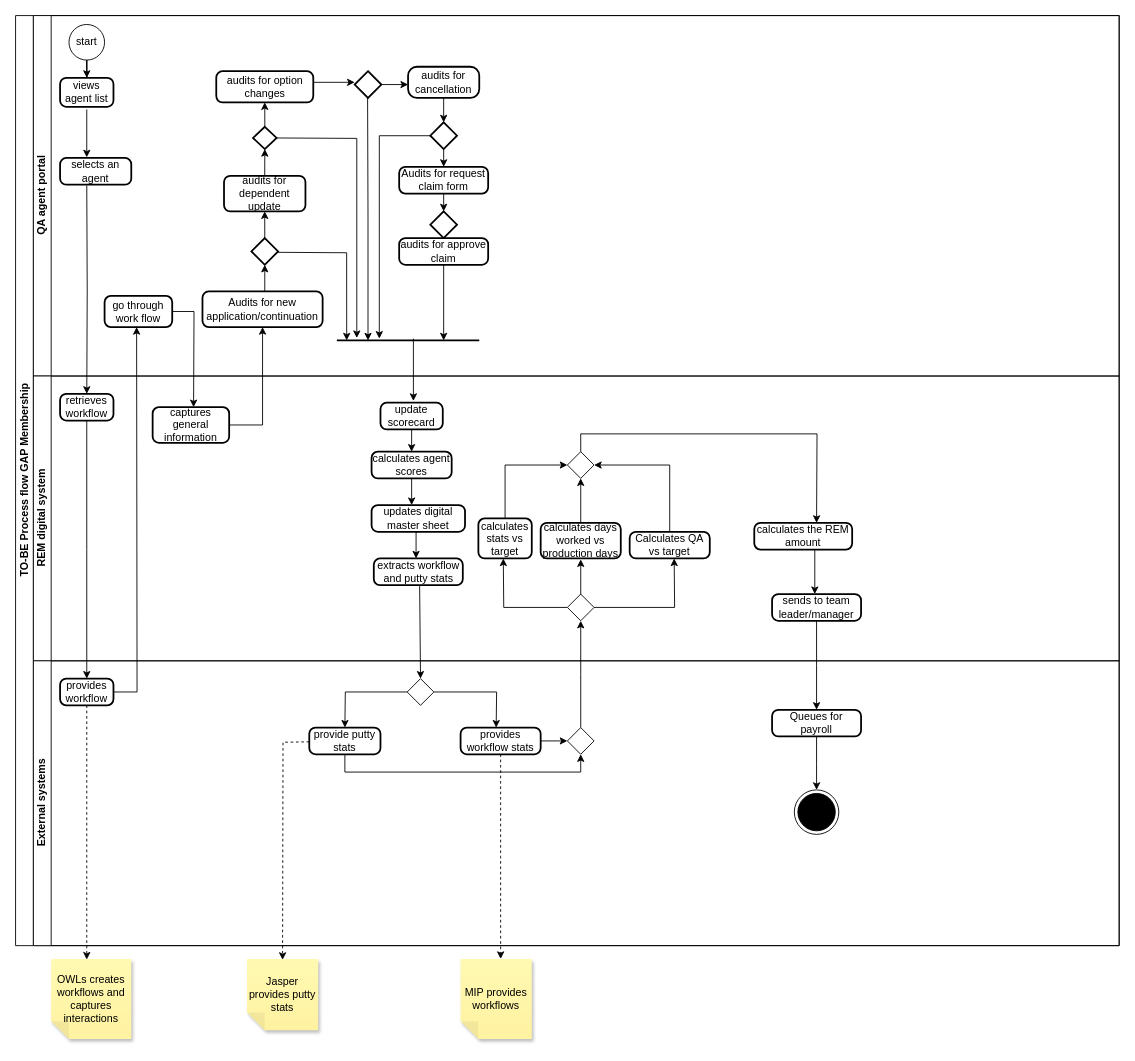
This is GAPmembership.drawio from TJ-Kwetsane1993/Thato, a draw.io file, before an edit. Source tidied: cells renumbered, new cells numbered last; positions are measured from the earlier drawing's top-left corner, leaving out a move shared by most shapes. Both pictures are drawn from the tidied source at 89%, with x=0, y=0 at pixel (15, 15).
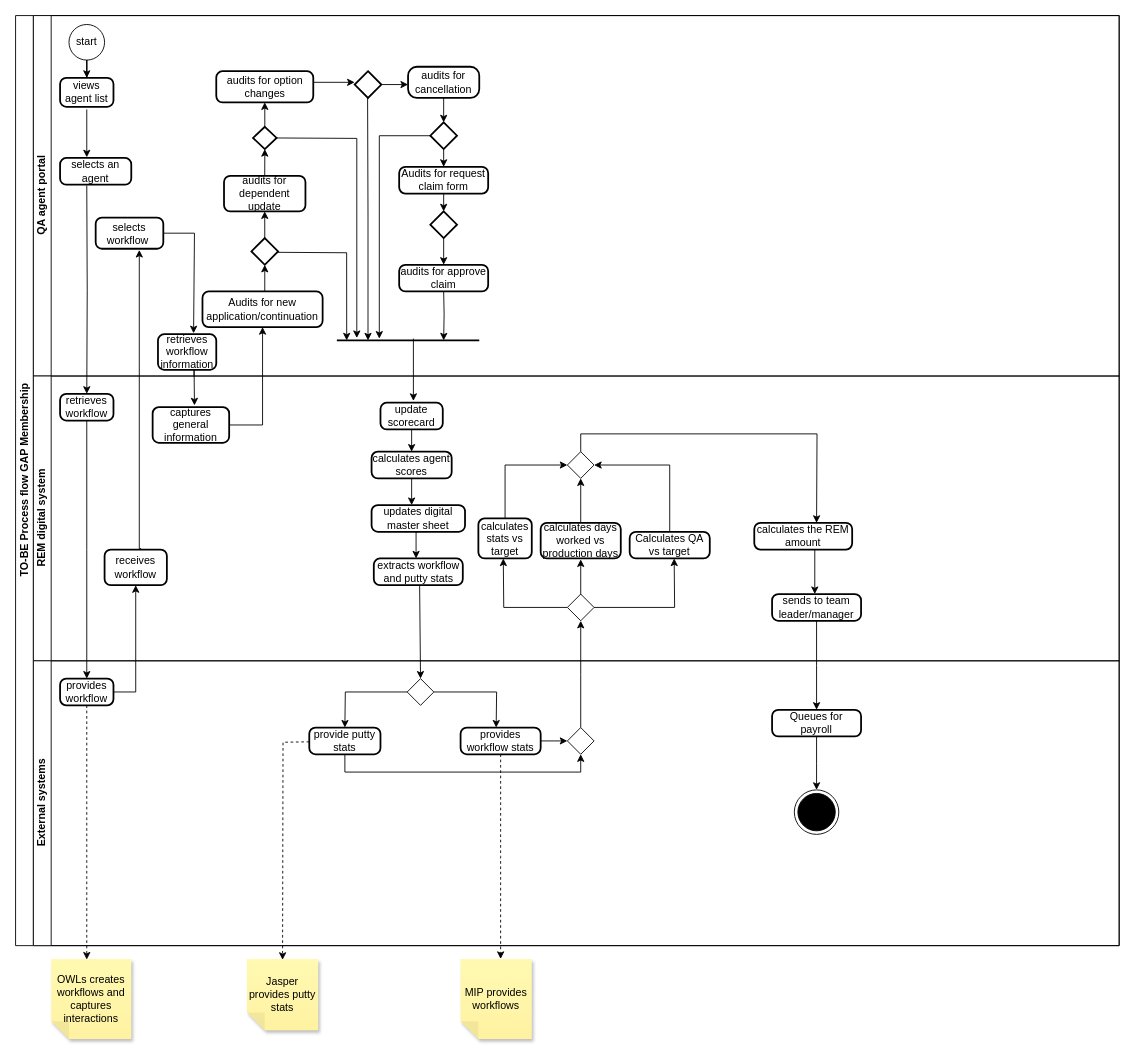
The same page after the edit.

Unchanged cells that the change refers to:
```xml
<mxCell id="2" value="TO-BE Process flow GAP Membership" style="swimlane;html=1;horizontal=0;startSize=20;" parent="1" vertex="1">
  <mxGeometry width="1240" height="1045" as="geometry" />
</mxCell>
<mxCell id="3" value="QA agent portal" style="swimlane;html=1;startSize=20;horizontal=0;" parent="2" vertex="1">
  <mxGeometry x="20" width="1220" height="405" as="geometry" />
</mxCell>
<mxCell id="33" style="line;strokeWidth=2;html=1;" parent="3" vertex="1">
  <mxGeometry x="341" y="360" width="160" height="10" as="geometry" />
</mxCell>
<mxCell id="35" style="strokeWidth=2;html=1;shape=mxgraph.flowchart.decision;whiteSpace=wrap;" parent="3" vertex="1">
  <mxGeometry x="446" y="220" width="30" height="30" as="geometry" />
</mxCell>
<mxCell id="68" value="provides workflow" style="rounded=1;whiteSpace=wrap;html=1;absoluteArcSize=1;arcSize=14;strokeWidth=2;" parent="66" vertex="1">
  <mxGeometry x="30" y="20" width="60" height="30" as="geometry" />
</mxCell>
```

Diff of the diagram source:
```diff
@@
-    <mxCell id="11" style="edgeStyle=orthogonalEdgeStyle;rounded=0;jettySize=auto;html=1;entryX=0.75;entryY=0.5;entryDx=0;entryDy=0;entryPerimeter=0;" parent="3" edge="1" source="36" target="33">
-      <mxGeometry relative="1" as="geometry" />
+    <mxCell id="11" style="edgeStyle=orthogonalEdgeStyle;rounded=0;jettySize=auto;html=1;entryX=0.75;entryY=0.5;entryDx=0;entryDy=0;entryPerimeter=0;" parent="3" edge="1" target="33">
+      <mxGeometry relative="1" as="geometry">
+        <mxPoint x="461" y="310" as="sourcePoint" />
+      </mxGeometry>
     </mxCell>
@@
-    <mxCell id="20" style="edgeStyle=orthogonalEdgeStyle;rounded=0;jettySize=auto;html=1;exitX=1;exitY=0.5;exitDx=0;exitDy=0;" parent="3" edge="1" source="21">
-      <mxGeometry relative="1" as="geometry">
-        <mxPoint x="180" y="440" as="targetPoint" />
-      </mxGeometry>
-    </mxCell>
-    <mxCell id="21" value="go through work flow" style="rounded=1;whiteSpace=wrap;html=1;absoluteArcSize=1;arcSize=14;strokeWidth=2;" parent="3" vertex="1">
-      <mxGeometry x="80" y="315" width="76" height="35" as="geometry" />
+    <mxCell id="21" value="selects workflow&amp;nbsp;" style="rounded=1;whiteSpace=wrap;html=1;absoluteArcSize=1;arcSize=14;strokeWidth=2;" parent="3" vertex="1">
+      <mxGeometry x="70" y="227" width="76" height="35" as="geometry" />
     </mxCell>
@@
+    <mxCell id="90" style="edgeStyle=orthogonalEdgeStyle;rounded=0;jettySize=auto;html=1;exitX=0.5;exitY=1;exitDx=0;exitDy=0;exitPerimeter=0;entryX=0.5;entryY=0;entryDx=0;entryDy=0;" parent="3" edge="1" source="35" target="36">
+      <mxGeometry relative="1" as="geometry" />
+    </mxCell>
@@
     <mxCell id="36" value="audits for approve claim" style="rounded=1;whiteSpace=wrap;html=1;absoluteArcSize=1;arcSize=14;strokeWidth=2;" parent="3" vertex="1">
-      <mxGeometry x="411" y="250" width="100" height="30" as="geometry" />
+      <mxGeometry x="411" y="280" width="100" height="30" as="geometry" />
     </mxCell>
@@
+    <mxCell id="91" style="edgeStyle=orthogonalEdgeStyle;rounded=0;orthogonalLoop=1;jettySize=auto;html=1;exitX=0.5;exitY=1;exitDx=0;exitDy=0;" parent="3" edge="1">
+      <mxGeometry relative="1" as="geometry">
+        <mxPoint x="180.5" y="406" as="sourcePoint" />
+        <mxPoint x="181" y="438" as="targetPoint" />
+        <Array as="points">
+          <mxPoint x="181" y="390" />
+          <mxPoint x="181" y="390" />
+        </Array>
+      </mxGeometry>
+    </mxCell>
+    <mxCell id="92" value="retrieves workflow information" style="rounded=1;whiteSpace=wrap;html=1;absoluteArcSize=1;arcSize=14;strokeWidth=2;" parent="3" vertex="1">
+      <mxGeometry x="140" y="358" width="65.5" height="40" as="geometry" />
+    </mxCell>
+    <mxCell id="20" style="edgeStyle=orthogonalEdgeStyle;rounded=0;orthogonalLoop=1;jettySize=auto;html=1;exitX=1;exitY=0.5;exitDx=0;exitDy=0;" parent="3" edge="1">
+      <mxGeometry relative="1" as="geometry">
+        <mxPoint x="146" y="244.5" as="sourcePoint" />
+        <mxPoint x="180" y="357" as="targetPoint" />
+        <Array as="points">
+          <mxPoint x="181" y="245" />
+        </Array>
+      </mxGeometry>
+    </mxCell>
@@
-    <mxCell id="85" style="edgeStyle=orthogonalEdgeStyle;rounded=0;jettySize=auto;html=1;exitX=1;exitY=0.5;exitDx=0;exitDy=0;" parent="2" edge="1" source="68">
-      <mxGeometry relative="1" as="geometry">
-        <mxPoint x="136" y="350" as="targetPoint" />
-      </mxGeometry>
-    </mxCell>
@@
+    <mxCell id="93" style="edgeStyle=orthogonalEdgeStyle;rounded=0;orthogonalLoop=1;jettySize=auto;html=1;exitX=0.5;exitY=0;exitDx=0;exitDy=0;entryX=0.632;entryY=1.038;entryDx=0;entryDy=0;entryPerimeter=0;" parent="1" edge="1">
+      <mxGeometry relative="1" as="geometry">
+        <mxPoint x="141" y="599" as="sourcePoint" />
+        <mxPoint x="139" y="263.3" as="targetPoint" />
+        <Array as="points">
+          <mxPoint x="139" y="599" />
+        </Array>
+      </mxGeometry>
+    </mxCell>
+    <mxCell id="94" value="receives workflow" style="rounded=1;whiteSpace=wrap;html=1;absoluteArcSize=1;arcSize=14;strokeWidth=2;" parent="1" vertex="1">
+      <mxGeometry x="100" y="600" width="70" height="40" as="geometry" />
+    </mxCell>
+    <mxCell id="85" style="edgeStyle=orthogonalEdgeStyle;rounded=0;jettySize=auto;html=1;exitX=1;exitY=0.5;exitDx=0;exitDy=0;" parent="1" edge="1" source="68" target="94">
+      <mxGeometry relative="1" as="geometry" />
+    </mxCell>
```
